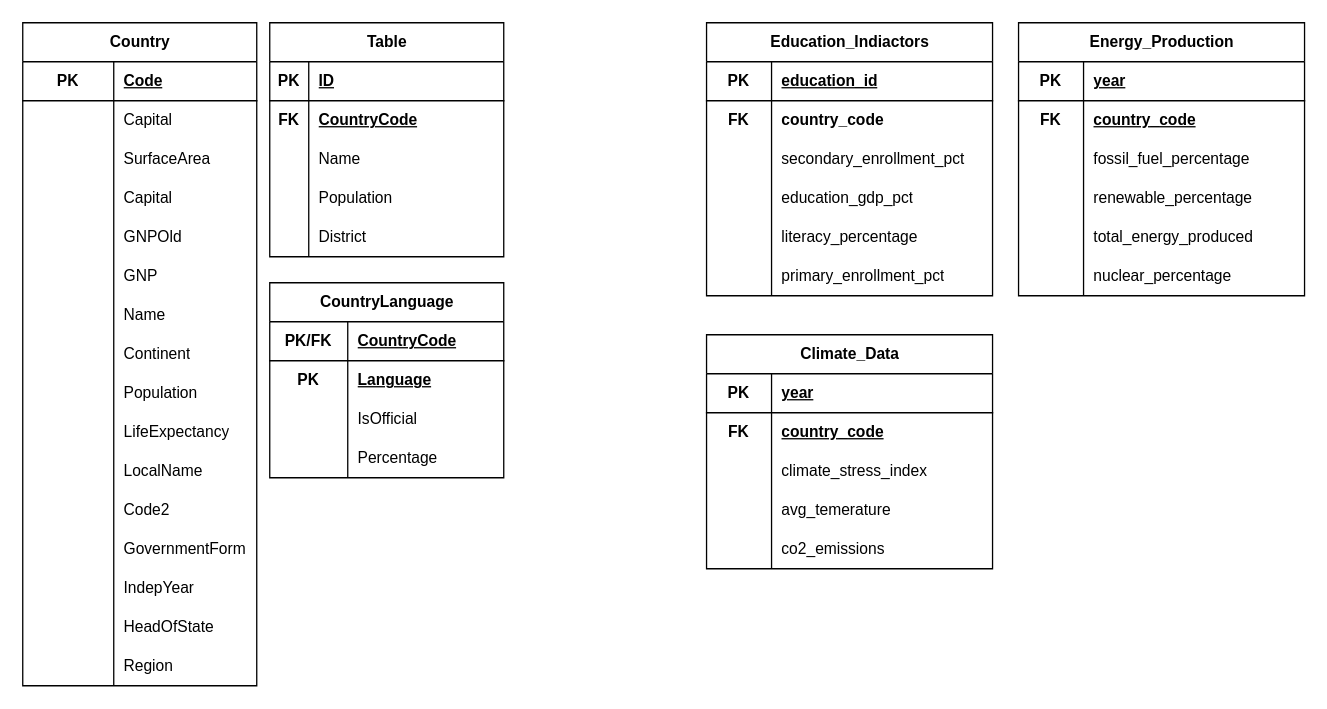
Before: Group7 Schema.drawio in EmilianoManaloIV/CPSC-332-Group-7-Repo, a draw.io diagram. Source tidied: cells renumbered, new cells numbered last; positions are measured from the earlier drawing's top-left corner, leaving out a move shared by most shapes. Both pictures are drawn from the tidied source at 130%, with x=0, y=0 at pixel (22, 22).
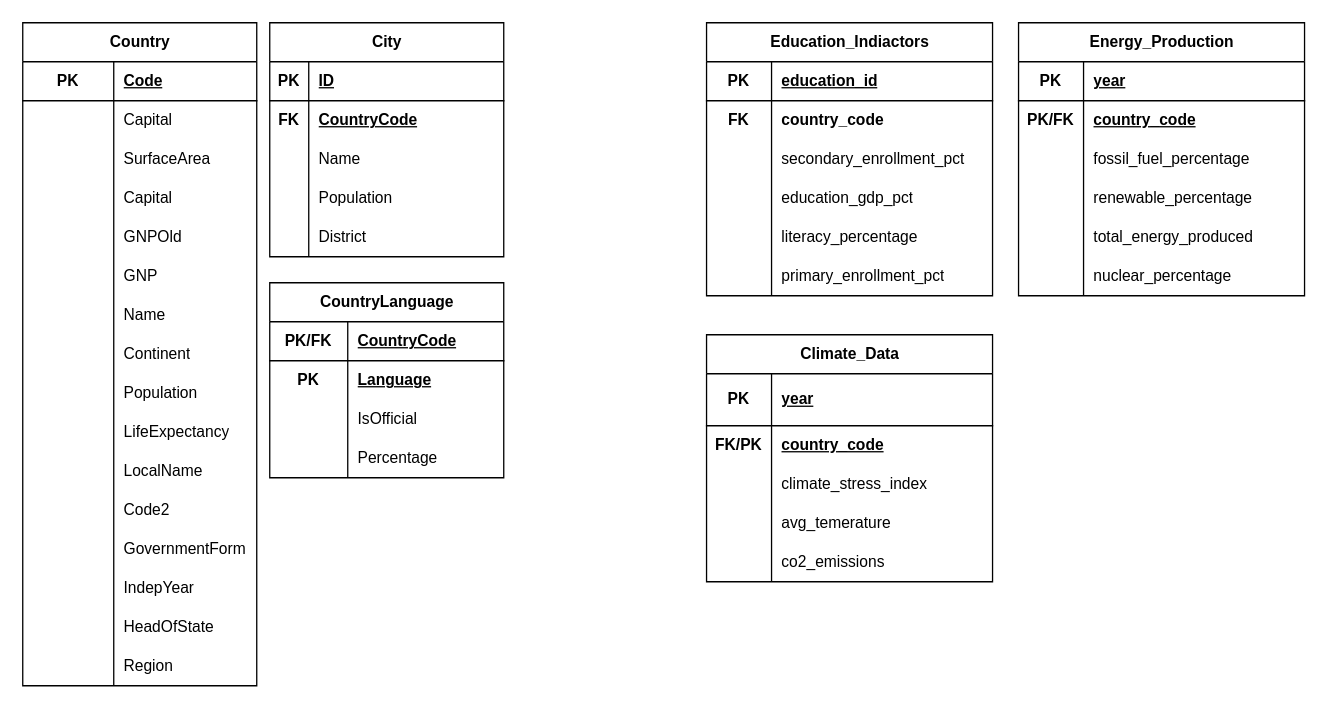
The same page after the edit.

Commit message (it also covers changes not shown here):
Modified schemas further

The change refers to these unchanged cells:
```xml
<mxCell id="119" style="shape=tableRow;horizontal=0;startSize=0;swimlaneHead=0;swimlaneBody=0;fillColor=none;top=0;left=0;right=0;bottom=0;" parent="115" vertex="1">
  <mxGeometry y="60" width="220" height="30" as="geometry" />
</mxCell>
```

What changed in the source:
```diff
@@
-    <mxCell id="51" value="Table" style="shape=table;startSize=30;childLayout=tableLayout;rowLines=0;fontStyle=1;align=center;html=1;" parent="1" vertex="1">
+    <mxCell id="51" value="City" style="shape=table;startSize=30;childLayout=tableLayout;rowLines=0;fontStyle=1;align=center;html=1;" parent="1" vertex="1">
       <mxGeometry x="190" width="180" height="180" as="geometry" />
     </mxCell>
@@
     <mxCell id="99" value="Climate_Data" style="shape=table;startSize=30;childLayout=tableLayout;rowLines=0;fontStyle=1;align=center;html=1;" parent="1" vertex="1">
-      <mxGeometry x="526" y="240" width="220" height="180" as="geometry" />
+      <mxGeometry x="526" y="240" width="220" height="190" as="geometry" />
     </mxCell>
     <mxCell id="100" style="shape=tableRow;horizontal=0;startSize=0;swimlaneHead=0;swimlaneBody=0;fillColor=none;top=0;left=0;right=0;bottom=1;" parent="99" vertex="1">
-      <mxGeometry y="30" width="220" height="30" as="geometry" />
+      <mxGeometry y="30" width="220" height="40" as="geometry" />
     </mxCell>
     <mxCell id="101" value="PK" style="shape=partialRectangle;fillColor=none;top=0;left=0;bottom=0;right=0;fontStyle=1;overflow=hidden;whiteSpace=wrap;html=1;" parent="100" vertex="1">
-      <mxGeometry width="50" height="30" as="geometry" />
+      <mxGeometry width="50" height="40" as="geometry" />
     </mxCell>
     <mxCell id="102" value="year" style="shape=partialRectangle;fillColor=none;top=0;left=0;bottom=0;right=0;align=left;spacingLeft=6;fontStyle=5;overflow=hidden;whiteSpace=wrap;html=1;" parent="100" vertex="1">
-      <mxGeometry x="50" width="170" height="30" as="geometry" />
+      <mxGeometry x="50" width="170" height="40" as="geometry" />
     </mxCell>
     <mxCell id="103" style="shape=tableRow;horizontal=0;startSize=0;swimlaneHead=0;swimlaneBody=0;fillColor=none;top=0;left=0;right=0;bottom=0;" parent="99" vertex="1">
-      <mxGeometry y="60" width="220" height="30" as="geometry" />
+      <mxGeometry y="70" width="220" height="30" as="geometry" />
     </mxCell>
-    <mxCell id="104" value="FK" style="shape=partialRectangle;fillColor=none;top=0;left=0;bottom=0;right=0;overflow=hidden;whiteSpace=wrap;html=1;fontStyle=1;" parent="103" vertex="1">
+    <mxCell id="104" value="FK/PK" style="shape=partialRectangle;fillColor=none;top=0;left=0;bottom=0;right=0;overflow=hidden;whiteSpace=wrap;html=1;fontStyle=1;" parent="103" vertex="1">
       <mxGeometry width="50" height="30" as="geometry" />
     </mxCell>
@@
     <mxCell id="106" style="shape=tableRow;horizontal=0;startSize=0;swimlaneHead=0;swimlaneBody=0;fillColor=none;top=0;left=0;right=0;bottom=0;" parent="99" vertex="1">
-      <mxGeometry y="90" width="220" height="30" as="geometry" />
+      <mxGeometry y="100" width="220" height="30" as="geometry" />
     </mxCell>
@@
     <mxCell id="109" style="shape=tableRow;horizontal=0;startSize=0;swimlaneHead=0;swimlaneBody=0;fillColor=none;top=0;left=0;right=0;bottom=0;" parent="99" vertex="1">
-      <mxGeometry y="120" width="220" height="30" as="geometry" />
+      <mxGeometry y="130" width="220" height="30" as="geometry" />
     </mxCell>
@@
     <mxCell id="112" style="shape=tableRow;horizontal=0;startSize=0;swimlaneHead=0;swimlaneBody=0;fillColor=none;top=0;left=0;right=0;bottom=0;" parent="99" vertex="1">
-      <mxGeometry y="150" width="220" height="30" as="geometry" />
+      <mxGeometry y="160" width="220" height="30" as="geometry" />
     </mxCell>
@@
-    <mxCell id="120" value="FK" style="shape=partialRectangle;fillColor=none;top=0;left=0;bottom=0;right=0;overflow=hidden;whiteSpace=wrap;html=1;fontStyle=1;" parent="119" vertex="1">
+    <mxCell id="120" value="PK/FK" style="shape=partialRectangle;fillColor=none;top=0;left=0;bottom=0;right=0;overflow=hidden;whiteSpace=wrap;html=1;fontStyle=1;" parent="119" vertex="1">
       <mxGeometry width="50" height="30" as="geometry" />
     </mxCell>
```
